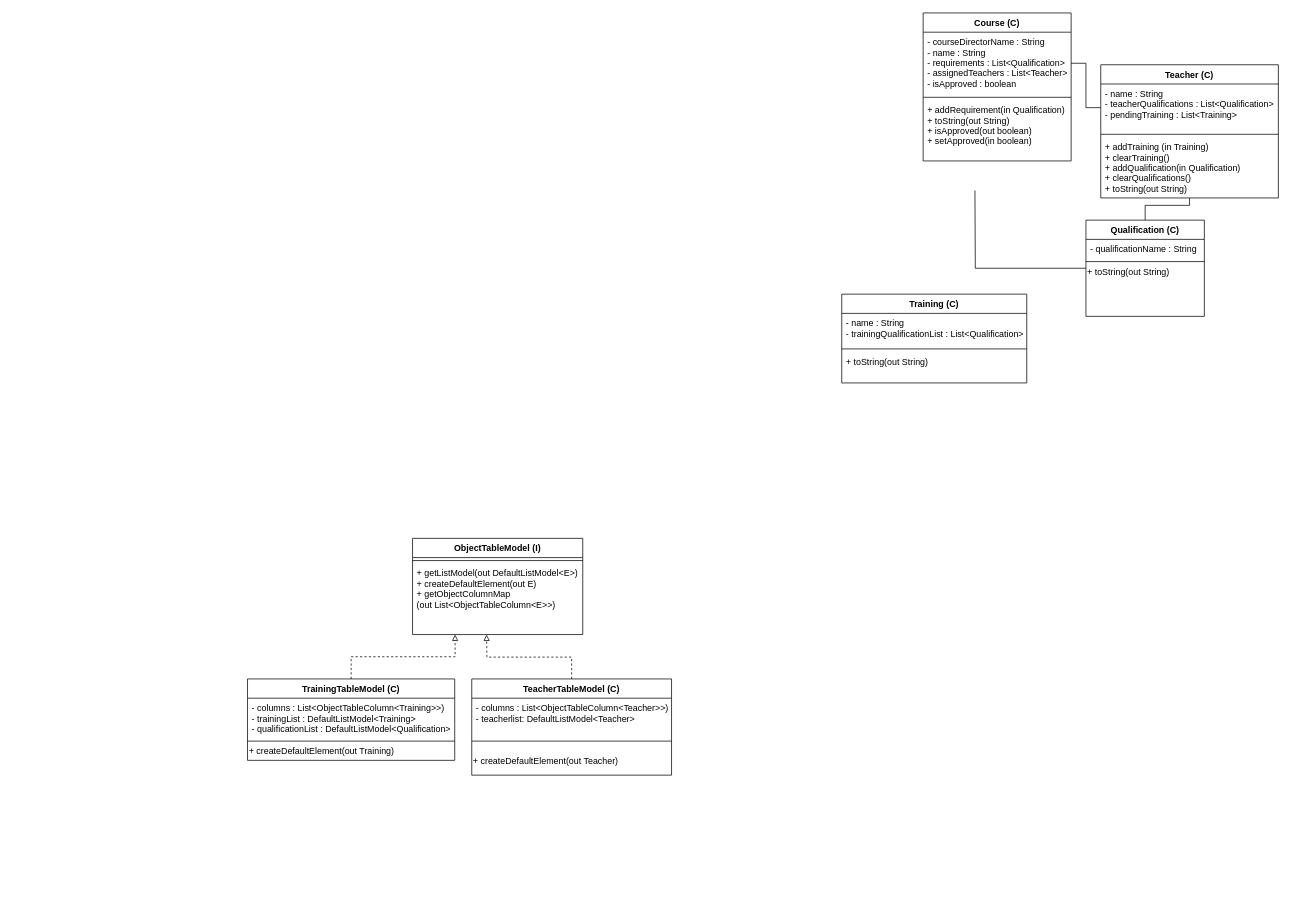
big-dill/se-group-project keeps this draw.io diagram as documentation/CoreClassesUML.drawio. Above is the earlier version. Source tidied: cells renumbered, new cells numbered last; positions are measured from the earlier drawing's top-left corner, leaving out a move shared by most shapes. Both pictures are drawn from the tidied source at 74%, with x=0, y=0 at pixel (247, 13).
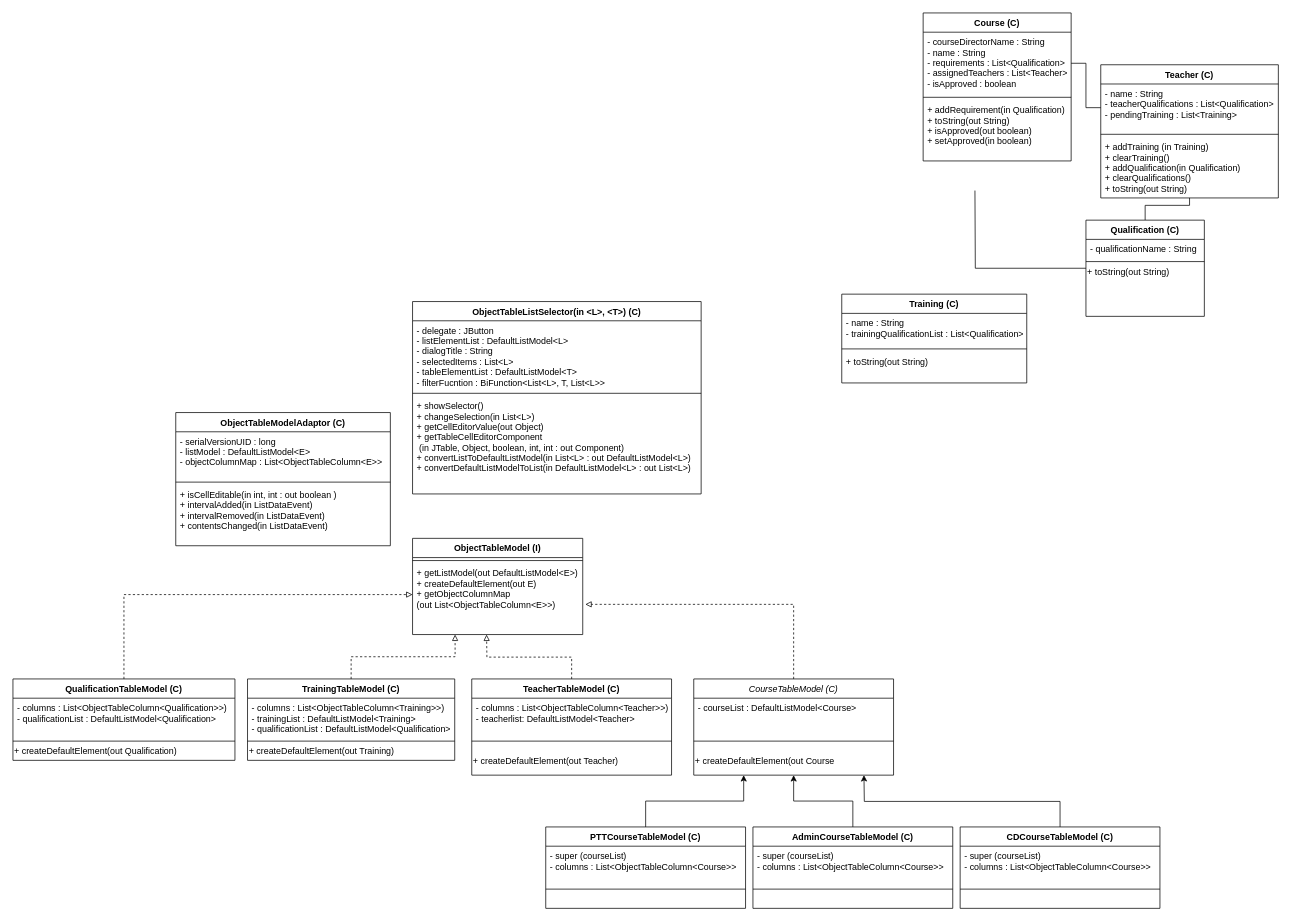
The same diagram, later.

Unchanged cells that the change refers to:
```xml
<mxCell id="23" value="+ getListModel(out DefaultListModel&lt;E&gt;)&#10;+ createDefaultElement(out E)&#10;+ getObjectColumnMap&#10;(out List&lt;ObjectTableColumn&lt;E&gt;&gt;)" style="text;align=left;verticalAlign=top;spacingLeft=4;spacingRight=4;overflow=hidden;points=[[0,0.5],[1,0.5]];portConstraint=eastwest;" parent="21" vertex="1">
  <mxGeometry y="34" width="230" height="84" as="geometry" />
</mxCell>
```

Change to the diagram source:
```diff
@@
+    <mxCell id="36" style="edgeStyle=orthogonalEdgeStyle;rounded=0;jettySize=auto;html=1;entryX=1.015;entryY=0.657;entryDx=0;entryDy=0;entryPerimeter=0;dashed=1;endArrow=block;endFill=0;" parent="1" edge="1" source="37" target="23">
+      <mxGeometry relative="1" as="geometry" />
+    </mxCell>
+    <mxCell id="37" value="CourseTableModel (C)" style="swimlane;fontStyle=2;align=center;verticalAlign=top;horizontal=1;startSize=26;rounded=0;shadow=0;strokeWidth=1;" parent="1" vertex="1">
+      <mxGeometry x="603" y="900" width="270" height="130" as="geometry" />
+    </mxCell>
+    <mxCell id="38" value="- courseList : DefaultListModel&lt;Course&gt;" style="text;align=left;verticalAlign=top;spacingLeft=4;spacingRight=4;overflow=hidden;" parent="37" vertex="1">
+      <mxGeometry y="26" width="270" height="54" as="geometry" />
+    </mxCell>
+    <mxCell id="39" style="line;html=1;strokeWidth=1;align=left;verticalAlign=middle;spacingTop=-1;spacingLeft=3;spacingRight=3;labelPosition=right;" parent="37" vertex="1">
+      <mxGeometry y="80" width="270" height="8" as="geometry" />
+    </mxCell>
+    <mxCell id="40" value="&lt;br&gt;+ createDefaultElement(out Course" style="text;html=1;align=left;verticalAlign=middle;" parent="37" vertex="1">
+      <mxGeometry y="88" width="270" height="30" as="geometry" />
+    </mxCell>
+    <mxCell id="41" style="edgeStyle=orthogonalEdgeStyle;rounded=0;jettySize=auto;html=1;endArrow=classic;endFill=1;entryX=0.25;entryY=1;entryDx=0;entryDy=0;" parent="1" edge="1" source="42" target="37">
+      <mxGeometry relative="1" as="geometry" />
+    </mxCell>
+    <mxCell id="42" value="PTTCourseTableModel (C)" style="swimlane;fontStyle=1;align=center;verticalAlign=top;horizontal=1;startSize=26;rounded=0;shadow=0;strokeWidth=1;" parent="1" vertex="1">
+      <mxGeometry x="403" y="1100" width="270" height="110" as="geometry" />
+    </mxCell>
+    <mxCell id="43" value="- super (courseList)&#10;- columns : List&lt;ObjectTableColumn&lt;Course&gt;&gt;" style="text;align=left;verticalAlign=top;spacingLeft=4;spacingRight=4;overflow=hidden;" parent="42" vertex="1">
+      <mxGeometry y="26" width="270" height="54" as="geometry" />
+    </mxCell>
+    <mxCell id="44" style="line;html=1;strokeWidth=1;align=left;verticalAlign=middle;spacingTop=-1;spacingLeft=3;spacingRight=3;labelPosition=right;" parent="42" vertex="1">
+      <mxGeometry y="80" width="270" height="8" as="geometry" />
+    </mxCell>
+    <mxCell id="45" style="edgeStyle=orthogonalEdgeStyle;rounded=0;jettySize=auto;html=1;endArrow=classic;endFill=1;entryX=0.5;entryY=1;entryDx=0;entryDy=0;" parent="1" edge="1" source="46" target="37">
+      <mxGeometry relative="1" as="geometry" />
+    </mxCell>
+    <mxCell id="46" value="AdminCourseTableModel (C)" style="swimlane;fontStyle=1;align=center;verticalAlign=top;horizontal=1;startSize=26;rounded=0;shadow=0;strokeWidth=1;" parent="1" vertex="1">
+      <mxGeometry x="683" y="1100" width="270" height="110" as="geometry" />
+    </mxCell>
+    <mxCell id="47" value="- super (courseList)&#10;- columns : List&lt;ObjectTableColumn&lt;Course&gt;&gt;" style="text;align=left;verticalAlign=top;spacingLeft=4;spacingRight=4;overflow=hidden;" parent="46" vertex="1">
+      <mxGeometry y="26" width="270" height="54" as="geometry" />
+    </mxCell>
+    <mxCell id="48" style="line;html=1;strokeWidth=1;align=left;verticalAlign=middle;spacingTop=-1;spacingLeft=3;spacingRight=3;labelPosition=right;" parent="46" vertex="1">
+      <mxGeometry y="80" width="270" height="8" as="geometry" />
+    </mxCell>
+    <mxCell id="49" style="edgeStyle=orthogonalEdgeStyle;rounded=0;jettySize=auto;html=1;endArrow=classic;endFill=1;exitX=0.5;exitY=0;exitDx=0;exitDy=0;" parent="1" edge="1" source="50">
+      <mxGeometry relative="1" as="geometry">
+        <mxPoint x="833" y="1030" as="targetPoint" />
+      </mxGeometry>
+    </mxCell>
+    <mxCell id="50" value="CDCourseTableModel (C)" style="swimlane;fontStyle=1;align=center;verticalAlign=top;horizontal=1;startSize=26;rounded=0;shadow=0;strokeWidth=1;" parent="1" vertex="1">
+      <mxGeometry x="963" y="1100" width="270" height="110" as="geometry" />
+    </mxCell>
+    <mxCell id="51" value="- super (courseList)&#10;- columns : List&lt;ObjectTableColumn&lt;Course&gt;&gt;" style="text;align=left;verticalAlign=top;spacingLeft=4;spacingRight=4;overflow=hidden;" parent="50" vertex="1">
+      <mxGeometry y="26" width="270" height="54" as="geometry" />
+    </mxCell>
+    <mxCell id="52" style="line;html=1;strokeWidth=1;align=left;verticalAlign=middle;spacingTop=-1;spacingLeft=3;spacingRight=3;labelPosition=right;" parent="50" vertex="1">
+      <mxGeometry y="80" width="270" height="8" as="geometry" />
+    </mxCell>
+    <mxCell id="53" style="edgeStyle=orthogonalEdgeStyle;rounded=0;jettySize=auto;html=1;entryX=0;entryY=0.5;entryDx=0;entryDy=0;endArrow=block;endFill=0;dashed=1;" parent="1" edge="1" source="54" target="23">
+      <mxGeometry relative="1" as="geometry" />
+    </mxCell>
+    <mxCell id="54" value="QualificationTableModel (C)" style="swimlane;fontStyle=1;align=center;verticalAlign=top;horizontal=1;startSize=26;rounded=0;shadow=0;strokeWidth=1;" parent="1" vertex="1">
+      <mxGeometry x="-317" y="900" width="300" height="110" as="geometry" />
+    </mxCell>
+    <mxCell id="55" value="- columns : List&lt;ObjectTableColumn&lt;Qualification&gt;&gt;)&#10;- qualificationList : DefaultListModel&lt;Qualification&gt;" style="text;align=left;verticalAlign=top;spacingLeft=4;spacingRight=4;overflow=hidden;" parent="54" vertex="1">
+      <mxGeometry y="26" width="300" height="54" as="geometry" />
+    </mxCell>
+    <mxCell id="56" style="line;html=1;strokeWidth=1;align=left;verticalAlign=middle;spacingTop=-1;spacingLeft=3;spacingRight=3;labelPosition=right;" parent="54" vertex="1">
+      <mxGeometry y="80" width="300" height="8" as="geometry" />
+    </mxCell>
+    <mxCell id="57" value="+ createDefaultElement(out Qualification)" style="text;html=1;align=left;verticalAlign=middle;" parent="54" vertex="1">
+      <mxGeometry y="88" width="300" height="20" as="geometry" />
+    </mxCell>
+    <mxCell id="58" value="ObjectTableModelAdaptor (C)" style="swimlane;fontStyle=1;align=center;verticalAlign=top;horizontal=1;startSize=26;rounded=0;shadow=0;strokeWidth=1;" parent="1" vertex="1">
+      <mxGeometry x="-97" y="540" width="290" height="180" as="geometry" />
+    </mxCell>
+    <mxCell id="59" value="- serialVersionUID : long&#10;- listModel : DefaultListModel&lt;E&gt;&#10;- objectColumnMap : List&lt;ObjectTableColumn&lt;E&gt;&gt;" style="text;align=left;verticalAlign=top;spacingLeft=4;spacingRight=4;overflow=hidden;" parent="58" vertex="1">
+      <mxGeometry y="26" width="290" height="64" as="geometry" />
+    </mxCell>
+    <mxCell id="60" style="line;html=1;strokeWidth=1;align=left;verticalAlign=middle;spacingTop=-1;spacingLeft=3;spacingRight=3;labelPosition=right;" parent="58" vertex="1">
+      <mxGeometry y="90" width="290" height="8" as="geometry" />
+    </mxCell>
+    <mxCell id="61" value="+ isCellEditable(in int, int : out boolean )&#10;+ intervalAdded(in ListDataEvent)&#10;+ intervalRemoved(in ListDataEvent)&#10;+ contentsChanged(in ListDataEvent)" style="text;align=left;verticalAlign=top;spacingLeft=4;spacingRight=4;overflow=hidden;" parent="58" vertex="1">
+      <mxGeometry y="98" width="290" height="82" as="geometry" />
+    </mxCell>
+    <mxCell id="62" value="ObjectTableListSelector(in &lt;L&gt;, &lt;T&gt;) (C)" style="swimlane;fontStyle=1;align=center;verticalAlign=top;horizontal=1;startSize=26;rounded=0;shadow=0;strokeWidth=1;" parent="1" vertex="1">
+      <mxGeometry x="223" y="390" width="390" height="260" as="geometry" />
+    </mxCell>
+    <mxCell id="63" value="- delegate : JButton&#10;- listElementList : DefaultListModel&lt;L&gt;&#10;- dialogTitle : String&#10;- selectedItems : List&lt;L&gt;&#10;- tableElementList : DefaultListModel&lt;T&gt;&#10;- filterFucntion : BiFunction&lt;List&lt;L&gt;, T, List&lt;L&gt;&gt;" style="text;align=left;verticalAlign=top;spacingLeft=4;spacingRight=4;overflow=hidden;" parent="62" vertex="1">
+      <mxGeometry y="26" width="390" height="94" as="geometry" />
+    </mxCell>
+    <mxCell id="64" style="line;html=1;strokeWidth=1;align=left;verticalAlign=middle;spacingTop=-1;spacingLeft=3;spacingRight=3;labelPosition=right;" parent="62" vertex="1">
+      <mxGeometry y="120" width="390" height="8" as="geometry" />
+    </mxCell>
+    <mxCell id="65" value="+ showSelector()&#10;+ changeSelection(in List&lt;L&gt;)&#10;+ getCellEditorValue(out Object)&#10;+ getTableCellEditorComponent&#10; (in JTable, Object, boolean, int, int : out Component)&#10;+ convertListToDefaultListModel(in List&lt;L&gt; : out DefaultListModel&lt;L&gt;)&#10;+ convertDefaultListModelToList(in DefaultListModel&lt;L&gt; : out List&lt;L&gt;)&#10;" style="text;align=left;verticalAlign=top;spacingLeft=4;spacingRight=4;overflow=hidden;" parent="62" vertex="1">
+      <mxGeometry y="128" width="390" height="132" as="geometry" />
+    </mxCell>
```
